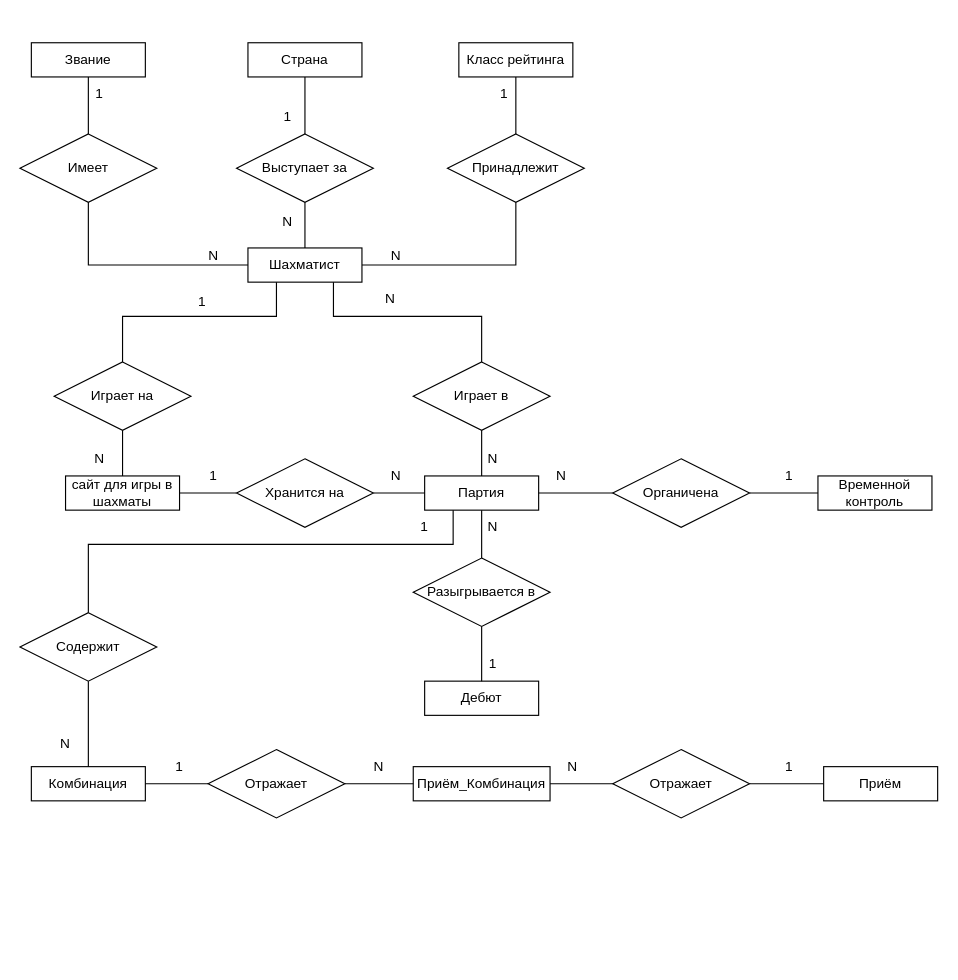
The draw.io diagram ChessDataBase/Концептуальная модель.drawio in Gmel2004/DataBasesLabWorks, before the edit. Source tidied: cells renumbered, new cells numbered last; positions are measured from the earlier drawing's top-left corner, leaving out a move shared by most shapes. Both pictures are drawn from the tidied source at 114%, with x=0, y=0 at pixel (19, 42).
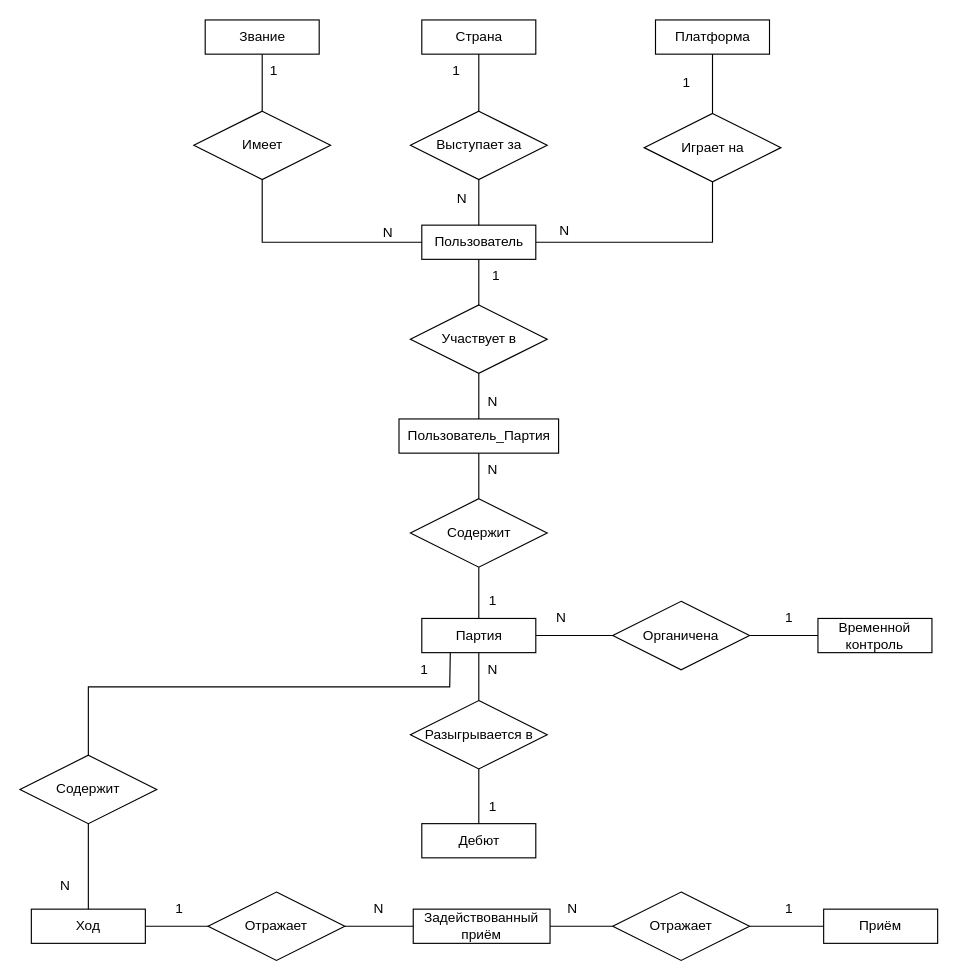
The same page after the edit.

The edit, as a diff of the source:
```diff
@@
     <mxCell id="2" value="Дебют" style="whiteSpace=wrap;html=1;align=center;" parent="1" vertex="1">
-      <mxGeometry x="355" y="560" width="100" height="30" as="geometry" />
+      <mxGeometry x="352.5" y="685" width="100" height="30" as="geometry" />
     </mxCell>
     <mxCell id="3" value="Партия" style="whiteSpace=wrap;html=1;align=center;" parent="1" vertex="1">
-      <mxGeometry x="355" y="380" width="100" height="30" as="geometry" />
+      <mxGeometry x="352.5" y="505" width="100" height="30" as="geometry" />
     </mxCell>
     <mxCell id="4" value="Приём" style="whiteSpace=wrap;html=1;align=center;" parent="1" vertex="1">
-      <mxGeometry x="705" y="635" width="100" height="30" as="geometry" />
+      <mxGeometry x="705" y="760" width="100" height="30" as="geometry" />
     </mxCell>
-    <mxCell id="5" value="сайт для игры в шахматы" style="whiteSpace=wrap;html=1;align=center;" parent="1" vertex="1">
-      <mxGeometry x="40" y="380" width="100" height="30" as="geometry" />
+    <mxCell id="5" value="Платформа" style="whiteSpace=wrap;html=1;align=center;" parent="1" vertex="1">
+      <mxGeometry x="557.5" y="-20" width="100" height="30" as="geometry" />
     </mxCell>
-    <mxCell id="6" value="Шахматист" style="whiteSpace=wrap;html=1;align=center;" parent="1" vertex="1">
-      <mxGeometry x="200" y="180" width="100" height="30" as="geometry" />
+    <mxCell id="6" value="Пользователь" style="whiteSpace=wrap;html=1;align=center;" parent="1" vertex="1">
+      <mxGeometry x="352.5" y="160" width="100" height="30" as="geometry" />
     </mxCell>
     <mxCell id="7" value="Страна" style="whiteSpace=wrap;html=1;align=center;" parent="1" vertex="1">
-      <mxGeometry x="200" width="100" height="30" as="geometry" />
+      <mxGeometry x="352.5" y="-20" width="100" height="30" as="geometry" />
     </mxCell>
-    <mxCell id="8" value="Класс рейтинга" style="whiteSpace=wrap;html=1;align=center;" parent="1" vertex="1">
-      <mxGeometry x="385" width="100" height="30" as="geometry" />
-    </mxCell>
     <mxCell id="9" value="Временной контроль" style="whiteSpace=wrap;html=1;align=center;" parent="1" vertex="1">
-      <mxGeometry x="700" y="380" width="100" height="30" as="geometry" />
+      <mxGeometry x="700" y="505" width="100" height="30" as="geometry" />
     </mxCell>
     <mxCell id="10" value="Звание" style="whiteSpace=wrap;html=1;align=center;" parent="1" vertex="1">
-      <mxGeometry x="10" width="100" height="30" as="geometry" />
+      <mxGeometry x="162.5" y="-20" width="100" height="30" as="geometry" />
     </mxCell>
-    <mxCell id="11" value="Играет в" style="shape=rhombus;perimeter=rhombusPerimeter;whiteSpace=wrap;html=1;align=center;" parent="1" vertex="1">
-      <mxGeometry x="345" y="280" width="120" height="60" as="geometry" />
+    <mxCell id="11" value="Содержит" style="shape=rhombus;perimeter=rhombusPerimeter;whiteSpace=wrap;html=1;align=center;" parent="1" vertex="1">
+      <mxGeometry x="342.5" y="400" width="120" height="60" as="geometry" />
     </mxCell>
-    <mxCell id="12" style="endArrow=none;html=1;rounded=0;exitX=0.75;exitY=1;exitDx=0;exitDy=0;entryX=0.5;entryY=0;entryDx=0;entryDy=0;" parent="1" edge="1" source="6" target="11">
-      <mxGeometry relative="1" as="geometry">
-        <Array as="points">
-          <mxPoint x="275" y="240" />
-          <mxPoint x="405" y="240" />
-        </Array>
-      </mxGeometry>
-    </mxCell>
@@
-    <mxCell id="14" value="Хранится на" style="shape=rhombus;perimeter=rhombusPerimeter;whiteSpace=wrap;html=1;align=center;" parent="1" vertex="1">
-      <mxGeometry x="190" y="365" width="120" height="60" as="geometry" />
-    </mxCell>
     <mxCell id="15" value="Играет на" style="shape=rhombus;perimeter=rhombusPerimeter;whiteSpace=wrap;html=1;align=center;" parent="1" vertex="1">
-      <mxGeometry x="30" y="280" width="120" height="60" as="geometry" />
+      <mxGeometry x="547.5" y="62" width="120" height="60" as="geometry" />
     </mxCell>
-    <mxCell id="16" style="endArrow=none;html=1;rounded=0;exitX=0.25;exitY=1;exitDx=0;exitDy=0;entryX=0.5;entryY=0;entryDx=0;entryDy=0;" parent="1" edge="1" source="6" target="15">
-      <mxGeometry relative="1" as="geometry">
-        <Array as="points">
-          <mxPoint x="225" y="240" />
-          <mxPoint x="90" y="240" />
-        </Array>
-      </mxGeometry>
-    </mxCell>
-    <mxCell id="17" style="endArrow=none;html=1;rounded=0;exitX=0.5;exitY=1;exitDx=0;exitDy=0;entryX=0.5;entryY=0;entryDx=0;entryDy=0;" parent="1" edge="1" source="15" target="5">
+    <mxCell id="17" style="endArrow=none;html=1;rounded=0;exitX=0.5;exitY=0;exitDx=0;exitDy=0;entryX=0.5;entryY=1;entryDx=0;entryDy=0;" parent="1" edge="1" source="15" target="5">
       <mxGeometry relative="1" as="geometry" />
     </mxCell>
-    <mxCell id="18" style="endArrow=none;html=1;rounded=0;exitX=1;exitY=0.5;exitDx=0;exitDy=0;entryX=0;entryY=0.5;entryDx=0;entryDy=0;" parent="1" edge="1" source="5" target="14">
-      <mxGeometry relative="1" as="geometry" />
-    </mxCell>
-    <mxCell id="19" style="endArrow=none;html=1;rounded=0;exitX=1;exitY=0.5;exitDx=0;exitDy=0;entryX=0;entryY=0.5;entryDx=0;entryDy=0;" parent="1" edge="1" source="14" target="3">
-      <mxGeometry relative="1" as="geometry" />
-    </mxCell>
     <mxCell id="20" value="Органичена" style="shape=rhombus;perimeter=rhombusPerimeter;whiteSpace=wrap;html=1;align=center;" parent="1" vertex="1">
-      <mxGeometry x="520" y="365" width="120" height="60" as="geometry" />
+      <mxGeometry x="520" y="490" width="120" height="60" as="geometry" />
     </mxCell>
@@
     <mxCell id="23" value="Выступает за" style="shape=rhombus;perimeter=rhombusPerimeter;whiteSpace=wrap;html=1;align=center;" parent="1" vertex="1">
-      <mxGeometry x="190" y="80" width="120" height="60" as="geometry" />
+      <mxGeometry x="342.5" y="60" width="120" height="60" as="geometry" />
     </mxCell>
@@
-    <mxCell id="26" value="Принадлежит" style="shape=rhombus;perimeter=rhombusPerimeter;whiteSpace=wrap;html=1;align=center;" parent="1" vertex="1">
-      <mxGeometry x="375" y="80" width="120" height="60" as="geometry" />
-    </mxCell>
-    <mxCell id="27" style="endArrow=none;html=1;rounded=0;exitX=0.5;exitY=1;exitDx=0;exitDy=0;entryX=0.5;entryY=0;entryDx=0;entryDy=0;" parent="1" edge="1" source="8" target="26">
-      <mxGeometry relative="1" as="geometry" />
-    </mxCell>
-    <mxCell id="28" style="endArrow=none;html=1;rounded=0;exitX=0.5;exitY=1;exitDx=0;exitDy=0;entryX=1;entryY=0.5;entryDx=0;entryDy=0;" parent="1" edge="1" source="26" target="6">
-      <mxGeometry relative="1" as="geometry">
-        <Array as="points">
-          <mxPoint x="435" y="195" />
-        </Array>
-      </mxGeometry>
-    </mxCell>
     <mxCell id="29" value="Имеет" style="shape=rhombus;perimeter=rhombusPerimeter;whiteSpace=wrap;html=1;align=center;" parent="1" vertex="1">
-      <mxGeometry y="80" width="120" height="60" as="geometry" />
+      <mxGeometry x="152.5" y="60" width="120" height="60" as="geometry" />
     </mxCell>
@@
     <mxCell id="31" style="endArrow=none;html=1;rounded=0;exitX=0.5;exitY=1;exitDx=0;exitDy=0;entryX=0;entryY=0.5;entryDx=0;entryDy=0;" parent="1" edge="1" source="29" target="6">
       <mxGeometry relative="1" as="geometry">
         <Array as="points">
-          <mxPoint x="60" y="195" />
+          <mxPoint x="212.5" y="175" />
         </Array>
       </mxGeometry>
     </mxCell>
     <mxCell id="32" value="Разыгрывается в" style="shape=rhombus;perimeter=rhombusPerimeter;whiteSpace=wrap;html=1;align=center;" parent="1" vertex="1">
-      <mxGeometry x="345" y="452" width="120" height="60" as="geometry" />
+      <mxGeometry x="342.5" y="577" width="120" height="60" as="geometry" />
     </mxCell>
@@
     <mxCell id="35" value="Содержит" style="shape=rhombus;perimeter=rhombusPerimeter;whiteSpace=wrap;html=1;align=center;" parent="1" vertex="1">
-      <mxGeometry y="500" width="120" height="60" as="geometry" />
+      <mxGeometry y="625" width="120" height="60" as="geometry" />
     </mxCell>
     <mxCell id="36" value="N" style="text;html=1;strokeColor=none;fillColor=none;align=center;verticalAlign=middle;whiteSpace=wrap;rounded=0;" parent="1" vertex="1">
-      <mxGeometry x="445" y="365" width="60" height="30" as="geometry" />
+      <mxGeometry x="445" y="490" width="60" height="30" as="geometry" />
     </mxCell>
     <mxCell id="37" value="N" style="text;html=1;strokeColor=none;fillColor=none;align=center;verticalAlign=middle;whiteSpace=wrap;rounded=0;" parent="1" vertex="1">
-      <mxGeometry x="385" y="410" width="60" height="30" as="geometry" />
+      <mxGeometry x="385" y="535" width="60" height="30" as="geometry" />
     </mxCell>
-    <mxCell id="38" value="N" style="text;html=1;strokeColor=none;fillColor=none;align=center;verticalAlign=middle;whiteSpace=wrap;rounded=0;" parent="1" vertex="1">
-      <mxGeometry x="300" y="365" width="60" height="30" as="geometry" />
-    </mxCell>
-    <mxCell id="39" value="N" style="text;html=1;strokeColor=none;fillColor=none;align=center;verticalAlign=middle;whiteSpace=wrap;rounded=0;" parent="1" vertex="1">
-      <mxGeometry x="295" y="210" width="60" height="30" as="geometry" />
-    </mxCell>
     <mxCell id="40" value="N" style="text;html=1;strokeColor=none;fillColor=none;align=center;verticalAlign=middle;whiteSpace=wrap;rounded=0;" parent="1" vertex="1">
-      <mxGeometry x="385" y="350" width="60" height="30" as="geometry" />
+      <mxGeometry x="385" y="360" width="60" height="30" as="geometry" />
     </mxCell>
     <mxCell id="41" value="N" style="text;html=1;strokeColor=none;fillColor=none;align=center;verticalAlign=middle;whiteSpace=wrap;rounded=0;" parent="1" vertex="1">
-      <mxGeometry x="40" y="350" width="60" height="30" as="geometry" />
+      <mxGeometry x="447.5" y="150" width="60" height="30" as="geometry" />
     </mxCell>
     <mxCell id="42" value="N" style="text;html=1;strokeColor=none;fillColor=none;align=center;verticalAlign=middle;whiteSpace=wrap;rounded=0;" parent="1" vertex="1">
-      <mxGeometry x="205" y="142" width="60" height="30" as="geometry" />
+      <mxGeometry x="357.5" y="122" width="60" height="30" as="geometry" />
     </mxCell>
-    <mxCell id="43" value="1" style="text;html=1;strokeColor=none;fillColor=none;align=center;verticalAlign=middle;whiteSpace=wrap;rounded=0;" parent="1" vertex="1">
-      <mxGeometry x="140" y="365" width="60" height="30" as="geometry" />
-    </mxCell>
     <mxCell id="44" value="1" style="text;html=1;strokeColor=none;fillColor=none;align=center;verticalAlign=middle;whiteSpace=wrap;rounded=0;" parent="1" vertex="1">
-      <mxGeometry x="130" y="212" width="60" height="30" as="geometry" />
+      <mxGeometry x="554.5" y="20" width="60" height="30" as="geometry" />
     </mxCell>
-    <mxCell id="45" value="1" style="text;html=1;strokeColor=none;fillColor=none;align=center;verticalAlign=middle;whiteSpace=wrap;rounded=0;" parent="1" vertex="1">
-      <mxGeometry x="395" y="30" width="60" height="30" as="geometry" />
-    </mxCell>
     <mxCell id="46" value="1" style="text;html=1;strokeColor=none;fillColor=none;align=center;verticalAlign=middle;whiteSpace=wrap;rounded=0;" parent="1" vertex="1">
-      <mxGeometry x="40" y="30" width="60" height="30" as="geometry" />
+      <mxGeometry x="192.5" y="10" width="60" height="30" as="geometry" />
     </mxCell>
     <mxCell id="47" value="1" style="text;html=1;strokeColor=none;fillColor=none;align=center;verticalAlign=middle;whiteSpace=wrap;rounded=0;" parent="1" vertex="1">
-      <mxGeometry x="205" y="50" width="60" height="30" as="geometry" />
+      <mxGeometry x="352.5" y="10" width="60" height="30" as="geometry" />
     </mxCell>
     <mxCell id="48" value="1" style="text;html=1;strokeColor=none;fillColor=none;align=center;verticalAlign=middle;whiteSpace=wrap;rounded=0;" parent="1" vertex="1">
-      <mxGeometry x="645" y="365" width="60" height="30" as="geometry" />
+      <mxGeometry x="645" y="490" width="60" height="30" as="geometry" />
     </mxCell>
     <mxCell id="49" value="1" style="text;html=1;strokeColor=none;fillColor=none;align=center;verticalAlign=middle;whiteSpace=wrap;rounded=0;" parent="1" vertex="1">
-      <mxGeometry x="385" y="530" width="60" height="30" as="geometry" />
+      <mxGeometry x="385" y="655" width="60" height="30" as="geometry" />
     </mxCell>
     <mxCell id="50" value="N" style="text;html=1;strokeColor=none;fillColor=none;align=center;verticalAlign=middle;whiteSpace=wrap;rounded=0;" parent="1" vertex="1">
-      <mxGeometry x="10" y="600" width="60" height="30" as="geometry" />
+      <mxGeometry x="10" y="725" width="60" height="30" as="geometry" />
     </mxCell>
-    <mxCell id="51" value="Комбинация" style="whiteSpace=wrap;html=1;align=center;" parent="1" vertex="1">
-      <mxGeometry x="10" y="635" width="100" height="30" as="geometry" />
+    <mxCell id="51" value="Ход" style="whiteSpace=wrap;html=1;align=center;" parent="1" vertex="1">
+      <mxGeometry x="10" y="760" width="100" height="30" as="geometry" />
     </mxCell>
     <mxCell id="52" value="N" style="text;html=1;strokeColor=none;fillColor=none;align=center;verticalAlign=middle;whiteSpace=wrap;rounded=0;" parent="1" vertex="1">
-      <mxGeometry x="285" y="620" width="60" height="30" as="geometry" />
+      <mxGeometry x="285" y="745" width="60" height="30" as="geometry" />
     </mxCell>
     <mxCell id="53" value="N" style="text;html=1;strokeColor=none;fillColor=none;align=center;verticalAlign=middle;whiteSpace=wrap;rounded=0;" parent="1" vertex="1">
-      <mxGeometry x="140" y="172" width="60" height="30" as="geometry" />
+      <mxGeometry x="292.5" y="152" width="60" height="30" as="geometry" />
     </mxCell>
-    <mxCell id="54" value="N" style="text;html=1;strokeColor=none;fillColor=none;align=center;verticalAlign=middle;whiteSpace=wrap;rounded=0;" parent="1" vertex="1">
-      <mxGeometry x="300" y="172" width="60" height="30" as="geometry" />
-    </mxCell>
@@
     <mxCell id="56" value="1" style="text;html=1;strokeColor=none;fillColor=none;align=center;verticalAlign=middle;whiteSpace=wrap;rounded=0;" parent="1" vertex="1">
-      <mxGeometry x="325" y="410" width="60" height="30" as="geometry" />
+      <mxGeometry x="325" y="535" width="60" height="30" as="geometry" />
     </mxCell>
-    <mxCell id="57" value="Приём_Комбинация" style="whiteSpace=wrap;html=1;align=center;" parent="1" vertex="1">
-      <mxGeometry x="345" y="635" width="120" height="30" as="geometry" />
+    <mxCell id="57" value="Задействованный приём" style="whiteSpace=wrap;html=1;align=center;" parent="1" vertex="1">
+      <mxGeometry x="345" y="760" width="120" height="30" as="geometry" />
     </mxCell>
     <mxCell id="58" value="Отражает" style="shape=rhombus;perimeter=rhombusPerimeter;whiteSpace=wrap;html=1;align=center;" parent="1" vertex="1">
-      <mxGeometry x="520" y="620" width="120" height="60" as="geometry" />
+      <mxGeometry x="520" y="745" width="120" height="60" as="geometry" />
     </mxCell>
     <mxCell id="59" value="Отражает" style="shape=rhombus;perimeter=rhombusPerimeter;whiteSpace=wrap;html=1;align=center;" parent="1" vertex="1">
-      <mxGeometry x="165" y="620" width="120" height="60" as="geometry" />
+      <mxGeometry x="165" y="745" width="120" height="60" as="geometry" />
     </mxCell>
@@
     <mxCell id="65" value="1" style="text;html=1;strokeColor=none;fillColor=none;align=center;verticalAlign=middle;whiteSpace=wrap;rounded=0;" parent="1" vertex="1">
-      <mxGeometry x="110" y="620" width="60" height="30" as="geometry" />
+      <mxGeometry x="110" y="745" width="60" height="30" as="geometry" />
     </mxCell>
@@
     <mxCell id="67" style="endArrow=none;html=1;rounded=0;exitX=0.25;exitY=1;exitDx=0;exitDy=0;entryX=0.5;entryY=0;entryDx=0;entryDy=0;" parent="1" edge="1" source="3" target="35">
       <mxGeometry relative="1" as="geometry">
         <Array as="points">
-          <mxPoint x="380" y="440" />
-          <mxPoint x="60" y="440" />
+          <mxPoint x="377" y="565" />
+          <mxPoint x="60" y="565" />
         </Array>
       </mxGeometry>
     </mxCell>
     <mxCell id="68" value="N" style="text;html=1;strokeColor=none;fillColor=none;align=center;verticalAlign=middle;whiteSpace=wrap;rounded=0;" parent="1" vertex="1">
-      <mxGeometry x="455" y="620" width="60" height="30" as="geometry" />
+      <mxGeometry x="455" y="745" width="60" height="30" as="geometry" />
     </mxCell>
     <mxCell id="69" value="1" style="text;html=1;strokeColor=none;fillColor=none;align=center;verticalAlign=middle;whiteSpace=wrap;rounded=0;" parent="1" vertex="1">
-      <mxGeometry x="645" y="620" width="60" height="30" as="geometry" />
+      <mxGeometry x="645" y="745" width="60" height="30" as="geometry" />
     </mxCell>
+    <mxCell id="70" value="Пользователь_Партия" style="whiteSpace=wrap;html=1;align=center;" parent="1" vertex="1">
+      <mxGeometry x="332.5" y="330" width="140" height="30" as="geometry" />
+    </mxCell>
+    <mxCell id="71" value="Участвует в" style="shape=rhombus;perimeter=rhombusPerimeter;whiteSpace=wrap;html=1;align=center;" parent="1" vertex="1">
+      <mxGeometry x="342.5" y="230" width="120" height="60" as="geometry" />
+    </mxCell>
+    <mxCell id="72" style="endArrow=none;html=1;rounded=0;entryX=0.5;entryY=1;entryDx=0;entryDy=0;" parent="1" edge="1" source="70" target="71">
+      <mxGeometry relative="1" as="geometry" />
+    </mxCell>
+    <mxCell id="73" value="1" style="text;html=1;strokeColor=none;fillColor=none;align=center;verticalAlign=middle;whiteSpace=wrap;rounded=0;" parent="1" vertex="1">
+      <mxGeometry x="387.5" y="190" width="60" height="30" as="geometry" />
+    </mxCell>
+    <mxCell id="74" value="N" style="text;html=1;strokeColor=none;fillColor=none;align=center;verticalAlign=middle;whiteSpace=wrap;rounded=0;" parent="1" vertex="1">
+      <mxGeometry x="385" y="300" width="60" height="30" as="geometry" />
+    </mxCell>
+    <mxCell id="75" value="1" style="text;html=1;strokeColor=none;fillColor=none;align=center;verticalAlign=middle;whiteSpace=wrap;rounded=0;" parent="1" vertex="1">
+      <mxGeometry x="385" y="475" width="60" height="30" as="geometry" />
+    </mxCell>
+    <mxCell id="16" style="endArrow=none;html=1;rounded=0;exitX=1;exitY=0.5;exitDx=0;exitDy=0;entryX=0.5;entryY=1;entryDx=0;entryDy=0;" parent="1" edge="1" source="6" target="15">
+      <mxGeometry relative="1" as="geometry">
+        <Array as="points">
+          <mxPoint x="607.5" y="175" />
+        </Array>
+      </mxGeometry>
+    </mxCell>
+    <mxCell id="76" style="endArrow=none;html=1;rounded=0;entryX=0.5;entryY=1;entryDx=0;entryDy=0;" parent="1" edge="1" source="71" target="6">
+      <mxGeometry relative="1" as="geometry" />
+    </mxCell>
+    <mxCell id="77" style="endArrow=none;html=1;rounded=0;entryX=0.5;entryY=1;entryDx=0;entryDy=0;" parent="1" edge="1" source="11" target="70">
+      <mxGeometry relative="1" as="geometry" />
+    </mxCell>
```
